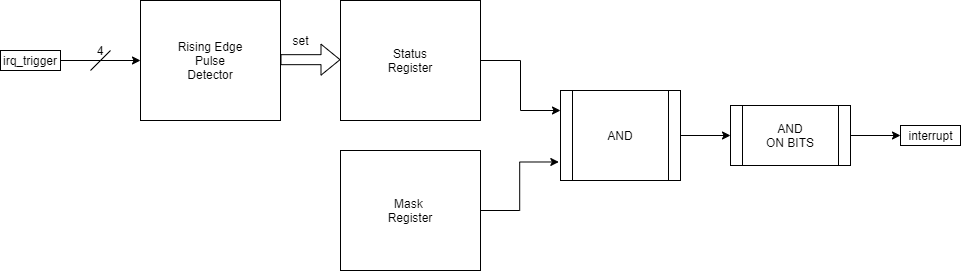
The draw.io diagram docs/diagrams and schemas/getting an interrupt.png in ciomagandreidaniel/Interrupt_Controller_Verilog, before a commit. Source tidied: cells renumbered, new cells last; positions are measured from the earlier drawing's top-left corner, leaving out a move shared by most shapes.
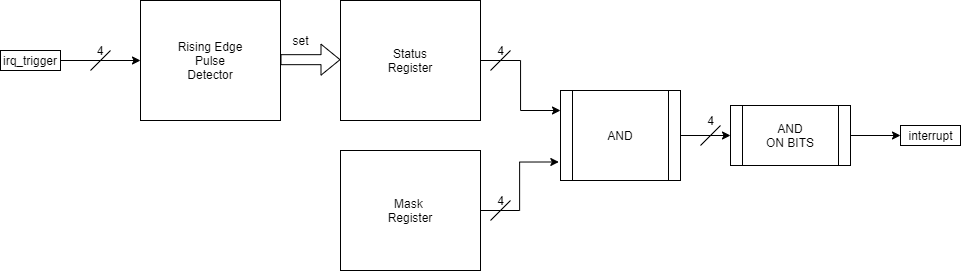
The same diagram one commit later.

The edit, as a diff of the source:
```diff
@@ -63,5 +63,32 @@
     <mxCell id="17" value="interrupt" style="text;html=1;align=center;verticalAlign=middle;points=[];strokeColor=#000000;" parent="1" vertex="1">
       <mxGeometry x="900" y="125" width="60" height="20" as="geometry" />
     </mxCell>
+    <mxCell id="18" style="endArrow=none;html=1;" parent="1" edge="1">
+      <mxGeometry relative="1" as="geometry">
+        <mxPoint x="490" y="70" as="sourcePoint" />
+        <mxPoint x="510" y="50" as="targetPoint" />
+      </mxGeometry>
+    </mxCell>
+    <mxCell id="19" style="endArrow=none;html=1;" parent="1" edge="1">
+      <mxGeometry relative="1" as="geometry">
+        <mxPoint x="490" y="220" as="sourcePoint" />
+        <mxPoint x="510" y="200" as="targetPoint" />
+      </mxGeometry>
+    </mxCell>
+    <mxCell id="20" value="4" style="text;html=1;align=center;verticalAlign=middle;" parent="1" vertex="1">
+      <mxGeometry x="490" y="40" width="20" height="20" as="geometry" />
+    </mxCell>
+    <mxCell id="21" value="4" style="text;html=1;align=center;verticalAlign=middle;" parent="1" vertex="1">
+      <mxGeometry x="490" y="190" width="20" height="20" as="geometry" />
+    </mxCell>
+    <mxCell id="22" style="endArrow=none;html=1;" parent="1" edge="1">
+      <mxGeometry relative="1" as="geometry">
+        <mxPoint x="700" y="145" as="sourcePoint" />
+        <mxPoint x="720" y="125" as="targetPoint" />
+      </mxGeometry>
+    </mxCell>
+    <mxCell id="23" value="4" style="text;html=1;align=center;verticalAlign=middle;" parent="1" vertex="1">
+      <mxGeometry x="700" y="110" width="20" height="20" as="geometry" />
+    </mxCell>
   </root>
 </mxGraphModel>
```
